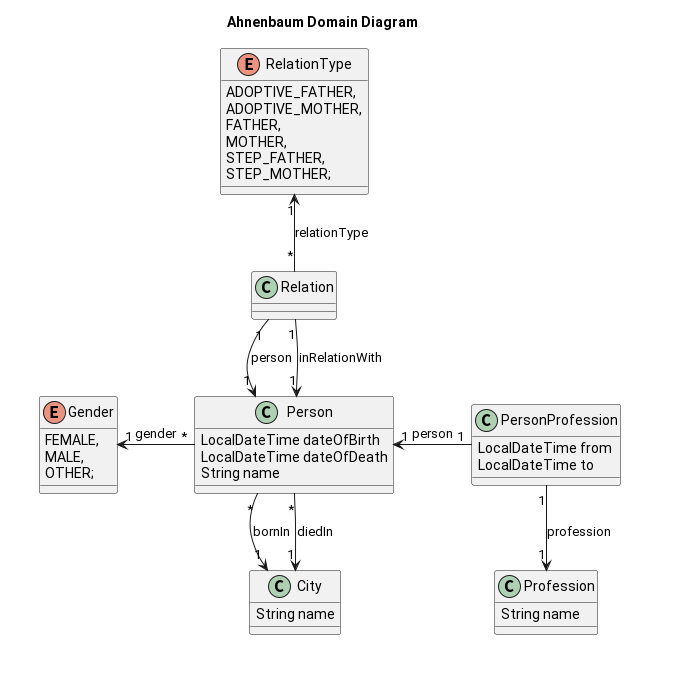
This is docs/architecture/domain-model.png from greifentor/ahnenbaum, a PlantUML export, as it was before one commit. Its source is kept beside it as docs/architecture/domain-model.plantuml.
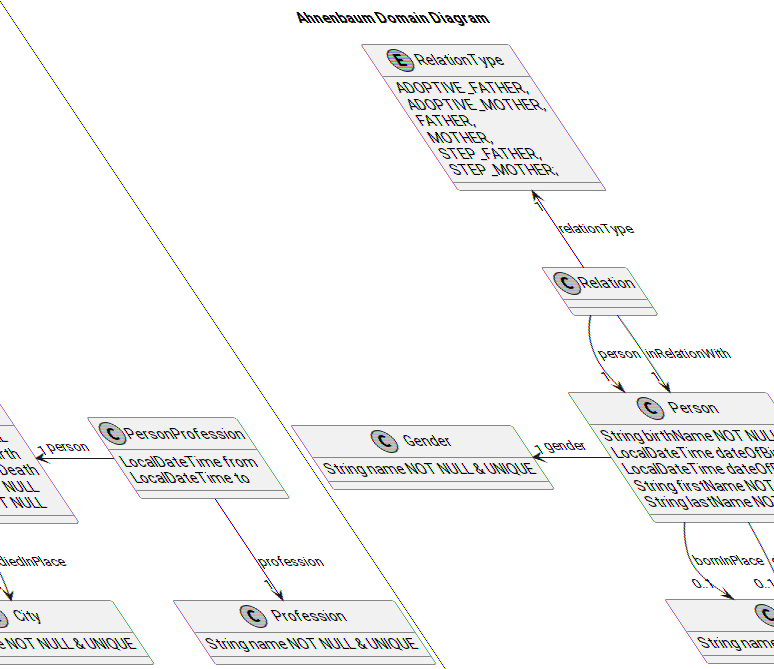
After the change.

Commit message:
Added some DBO's and a repository for Person. Updated documentation.

The edit, as a diff of the source:
```diff
@@ -5,29 +5,29 @@
 
 class City {
 
-	String name
+	String name NOT NULL & UNIQUE
 
 }
 
 class Person {
 
+	String birthName NOT NULL
 	LocalDateTime dateOfBirth
 	LocalDateTime dateOfDeath
-	String name
+	String firstName NOT NULL
+	String lastName NOT NULL
 
 }
 
-enum Gender {
+class Gender {
 
-	FEMALE,
-	MALE,
-	OTHER;
+	String name NOT NULL & UNIQUE
 
 }
 
 class Profession {
 
-	String name
+	String name NOT NULL & UNIQUE
 
 }
 
@@ -52,16 +52,16 @@
 
 }
 
-Person "*" --> "1" City : bornIn
-Person "*" --> "1" City : diedIn
-Person "*" -LEFT-> "1" Gender : gender
+Person --> "0..1" City : bornInPlace
+Person --> "0..1" City : diedInPlace
+Person -LEFT-> "1" Gender : gender
 
-PersonProfession "1" -LEFT-> "1" Person : person
-PersonProfession "1" -DOWN-> "1" Profession : profession
+PersonProfession -LEFT-> "1" Person : person
+PersonProfession -DOWN-> "1" Profession : profession
 
-Relation "1" --> "1" Person : person
-Relation "1" --> "1" Person : inRelationWith
-Relation "*" -UP-> "1" RelationType : relationType
+Relation --> "1" Person : person
+Relation --> "1" Person : inRelationWith
+Relation -UP-> "1" RelationType : relationType
 
 
 @enduml
```
